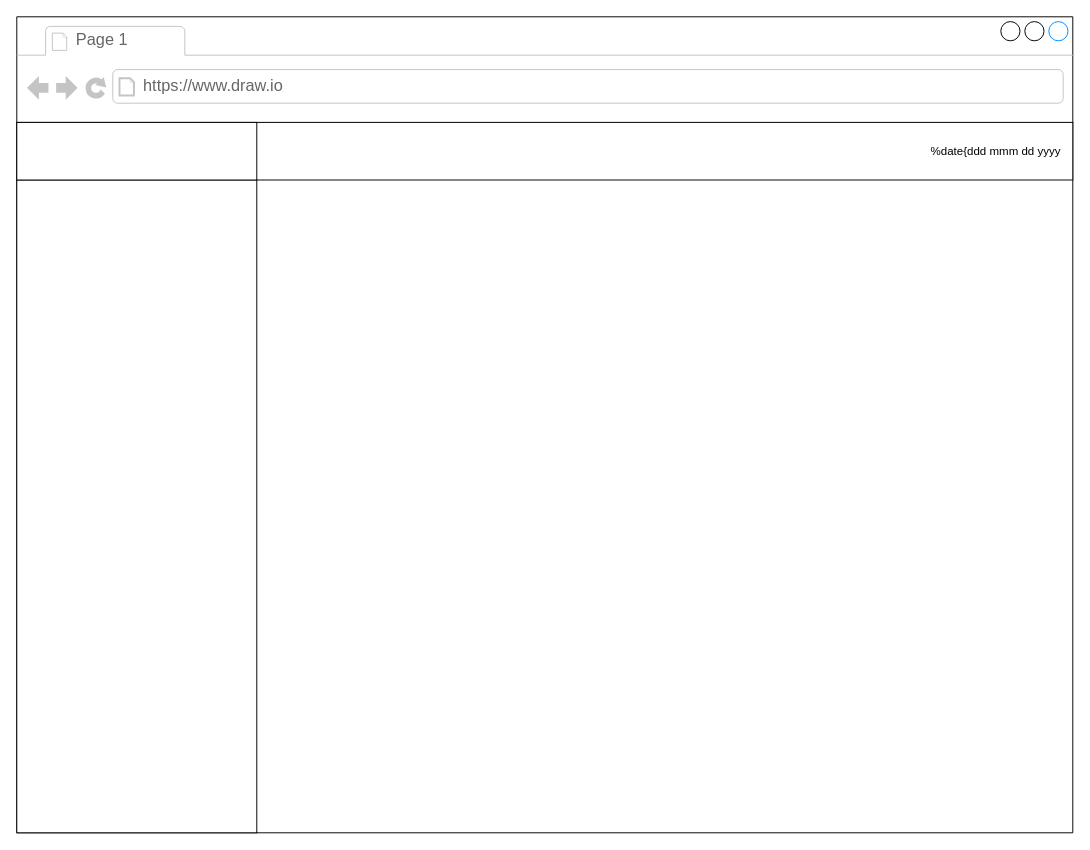
cpt-majansen/BVM keeps this draw.io diagram as page "Home" (2 of 3) of PRM Homepage.drawio.xml. Above is the earlier version. Source tidied: cells renumbered, new cells numbered last; positions are measured from the earlier drawing's top-left corner, leaving out a move shared by most shapes. Both pictures are drawn from the tidied source at 96%, with x=0, y=0 at pixel (16, 16).
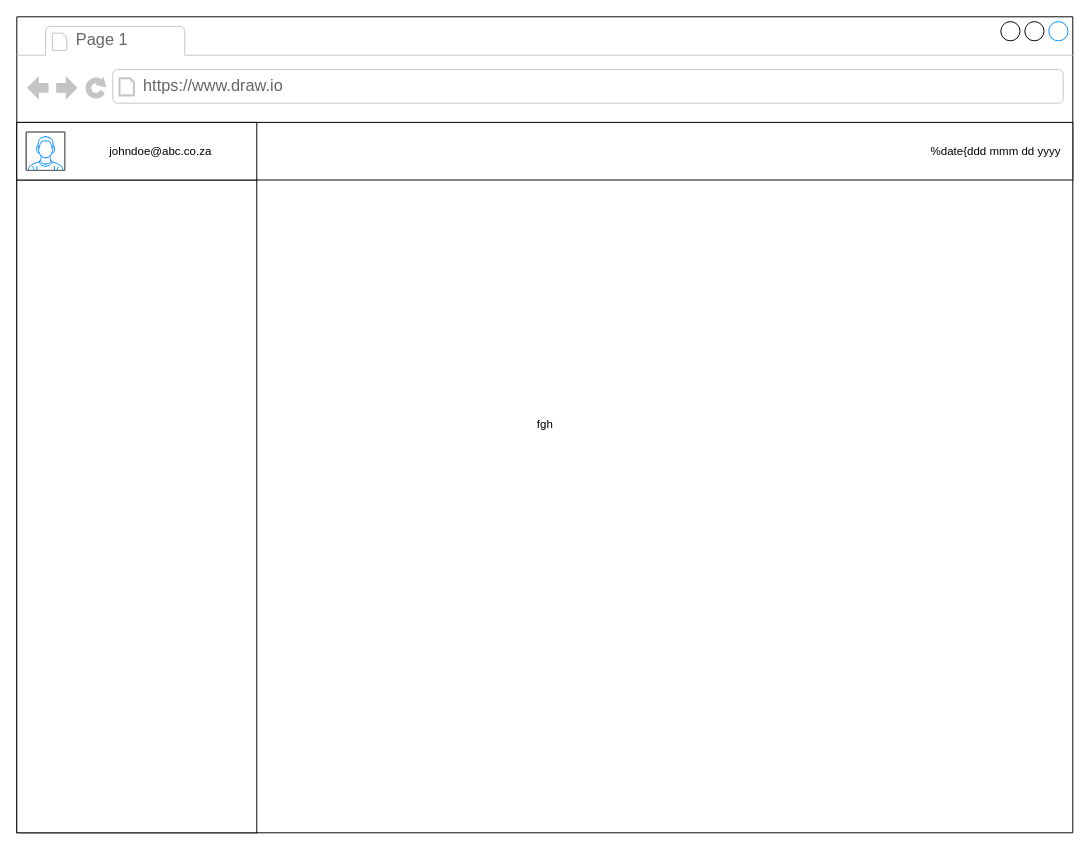
Above is the later version.

Change to the diagram source:
```diff
@@
 <mxGraphModel>
   <root>
     <mxCell id="0" />
     <mxCell id="1" parent="0" />
-    <mxCell id="2" style="strokeWidth=1;shadow=0;dashed=0;align=center;html=1;shape=mxgraph.mockup.containers.browserWindow;rSize=0;strokeColor2=#008cff;strokeColor3=#c4c4c4;mainText=,;" parent="1" vertex="1">
+    <mxCell id="2" value="fgh" style="strokeWidth=1;shadow=0;dashed=0;align=center;html=1;shape=mxgraph.mockup.containers.browserWindow;rSize=0;strokeColor2=#008cff;strokeColor3=#c4c4c4;mainText=,;" parent="1" vertex="1">
       <mxGeometry width="1100" height="850" as="geometry" />
     </mxCell>
     <mxCell id="3" value="Page 1" style="strokeWidth=1;shadow=0;dashed=0;align=center;html=1;shape=mxgraph.mockup.containers.anchor;fontSize=17;fontColor=#666666;align=left;" parent="2" vertex="1">
       <mxGeometry x="60" y="12" width="110" height="26" as="geometry" />
     </mxCell>
     <mxCell id="4" value="https://www.draw.io" style="strokeWidth=1;shadow=0;dashed=0;align=center;html=1;shape=mxgraph.mockup.containers.anchor;rSize=0;fontSize=17;fontColor=#666666;align=left;" parent="2" vertex="1">
       <mxGeometry x="130" y="60" width="250" height="26" as="geometry" />
     </mxCell>
     <mxCell id="5" style="rounded=0;whiteSpace=wrap;html=1;" parent="2" vertex="1">
       <mxGeometry y="110" width="1100" height="60" as="geometry" />
     </mxCell>
     <mxCell id="6" value="%date{ddd mmm dd yyyy HH:MM:ss}%" style="text;html=1;strokeColor=none;fillColor=none;align=center;verticalAlign=middle;whiteSpace=wrap;overflow=hidden;" parent="2" vertex="1">
       <mxGeometry x="940" y="130" width="160" height="20" as="geometry" />
     </mxCell>
     <mxCell id="7" style="rounded=0;whiteSpace=wrap;html=1;" parent="2" vertex="1">
       <mxGeometry y="170" width="250" height="680" as="geometry" />
     </mxCell>
     <mxCell id="8" style="rounded=0;whiteSpace=wrap;html=1;" parent="1" vertex="1">
       <mxGeometry y="110" width="250" height="60" as="geometry" />
     </mxCell>
+    <mxCell id="9" style="verticalLabelPosition=bottom;shadow=0;dashed=0;align=center;html=1;verticalAlign=top;strokeWidth=1;shape=mxgraph.mockup.containers.userMale;strokeColor=#666666;strokeColor2=#008cff;" parent="1" vertex="1">
+      <mxGeometry x="10" y="120" width="40" height="40" as="geometry" />
+    </mxCell>
+    <mxCell id="10" value="johndoe@abc.co.za" style="text;html=1;strokeColor=none;fillColor=none;align=center;verticalAlign=middle;whiteSpace=wrap;rounded=0;" parent="1" vertex="1">
+      <mxGeometry x="70" y="125" width="160" height="30" as="geometry" />
+    </mxCell>
   </root>
 </mxGraphModel>
```
